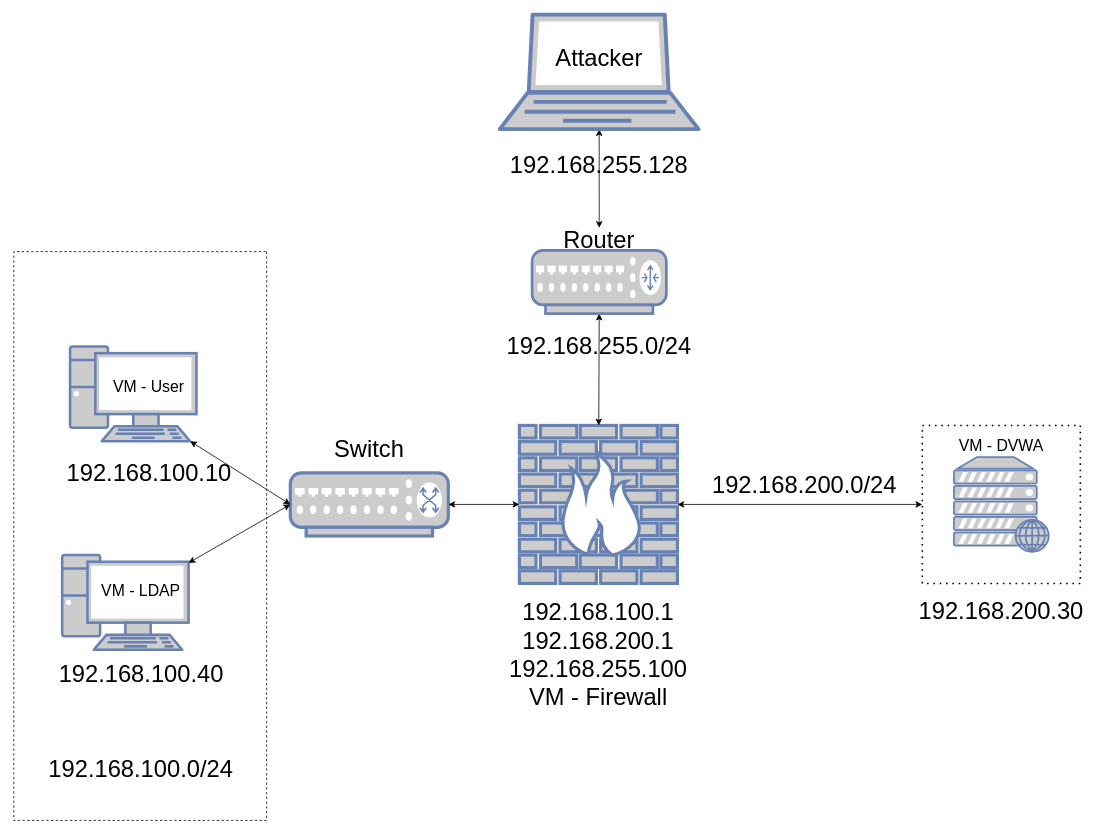
Earlier version of the draw.io diagram page "Tổng Quan" (3 of 4) of ATMNC.drawio (PHU0363569836/Doan-ATMNC). Source tidied: cells renumbered, new cells numbered last; positions are measured from the earlier drawing's top-left corner, leaving out a move shared by most shapes. Both pictures are drawn from the tidied source at 79%, with x=0, y=0 at pixel (13, 14).
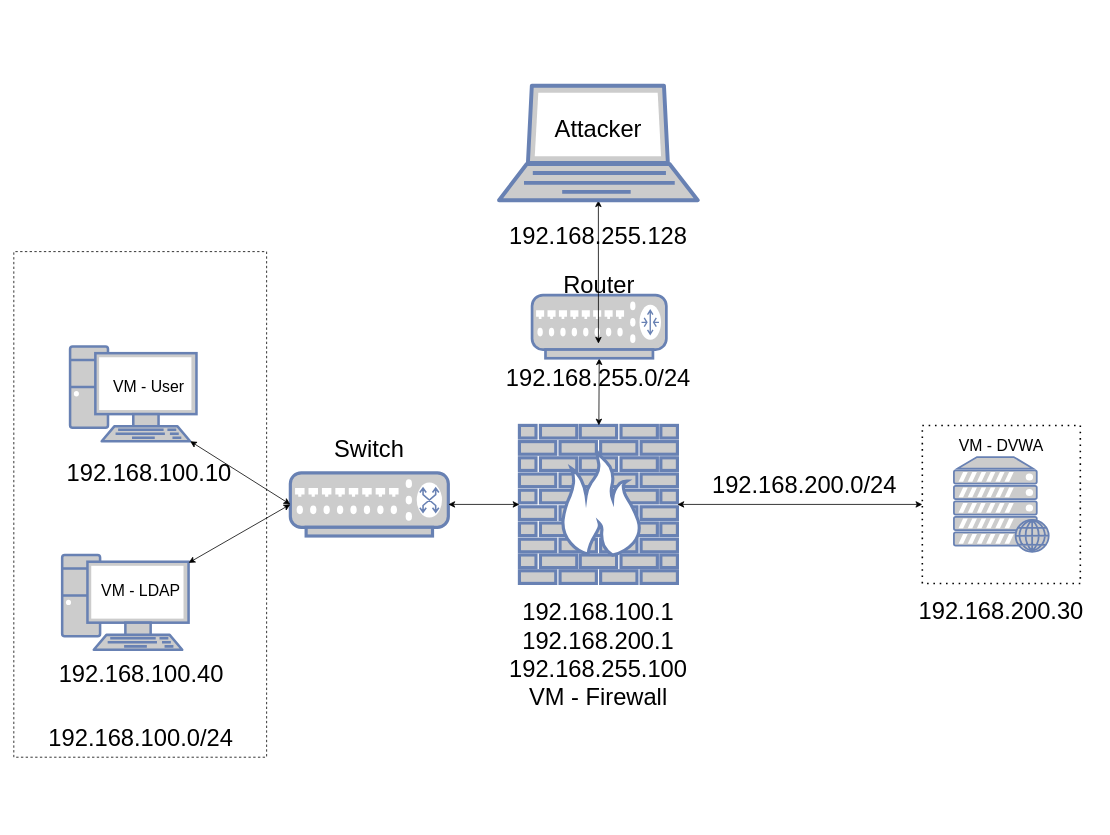
Above is the later version.

The edit, as a diff of the source:
```diff
@@
     <mxCell id="11" value="&lt;font style=&quot;font-size: 30px;&quot;&gt;192.168.100.0/24&lt;/font&gt;" style="text;html=1;align=center;verticalAlign=middle;whiteSpace=wrap;rounded=0;fontSize=20;" parent="1" vertex="1">
-      <mxGeometry x="36.2" y="940" width="250" height="30" as="geometry" />
+      <mxGeometry x="36.2" y="900" width="250" height="30" as="geometry" />
     </mxCell>
@@
     <mxCell id="16" style="fontColor=#0066CC;verticalAlign=top;verticalLabelPosition=bottom;labelPosition=center;align=center;html=1;outlineConnect=0;fillColor=#CCCCCC;strokeColor=#6881B3;gradientColor=none;gradientDirection=north;strokeWidth=2;shape=mxgraph.networks.router;" parent="1" vertex="1">
-      <mxGeometry x="656" y="298.5" width="170" height="80" as="geometry" />
+      <mxGeometry x="656" y="355" width="170" height="80" as="geometry" />
     </mxCell>
-    <mxCell id="17" style="endArrow=classic;startArrow=classic;html=1;rounded=0;exitX=0.5;exitY=0;exitDx=0;exitDy=0;exitPerimeter=0;entryX=0.5;entryY=1;entryDx=0;entryDy=0;entryPerimeter=0;" parent="1" edge="1" source="20" target="24">
-      <mxGeometry relative="1" as="geometry" />
+    <mxCell id="17" style="endArrow=classic;startArrow=classic;html=1;rounded=0;exitX=0.5;exitY=0;exitDx=0;exitDy=0;exitPerimeter=0;entryX=0.5;entryY=1;entryDx=0;entryDy=0;entryPerimeter=0;" parent="1" edge="1" target="24">
+      <mxGeometry relative="1" as="geometry">
+        <mxPoint x="740" y="416.5" as="sourcePoint" />
+      </mxGeometry>
     </mxCell>
@@
     <mxCell id="20" value="&lt;font style=&quot;font-size: 30px;&quot;&gt;Router&lt;/font&gt;" style="text;html=1;align=center;verticalAlign=middle;whiteSpace=wrap;rounded=0;" parent="1" vertex="1">
-      <mxGeometry x="711" y="270" width="60" height="30" as="geometry" />
+      <mxGeometry x="711" y="326.5" width="60" height="30" as="geometry" />
     </mxCell>
     <mxCell id="21" value="&lt;font style=&quot;font-size: 30px;&quot;&gt;192.168.255.0/24&lt;/font&gt;" style="text;html=1;align=center;verticalAlign=middle;whiteSpace=wrap;rounded=0;" parent="1" vertex="1">
-      <mxGeometry x="601" y="378.5" width="280" height="80" as="geometry" />
+      <mxGeometry x="600" y="420" width="280" height="80" as="geometry" />
     </mxCell>
@@
     <mxCell id="24" style="fontColor=#0066CC;verticalAlign=top;verticalLabelPosition=bottom;labelPosition=center;align=center;html=1;outlineConnect=0;fillColor=#CCCCCC;strokeColor=#6881B3;gradientColor=none;gradientDirection=north;strokeWidth=2;shape=mxgraph.networks.laptop;direction=east;" parent="1" vertex="1">
-      <mxGeometry x="615.2" width="251.5" height="145" as="geometry" />
+      <mxGeometry x="614.2" y="90" width="251.5" height="145" as="geometry" />
     </mxCell>
     <mxCell id="25" value="&lt;font style=&quot;font-size: 30px;&quot;&gt;Attacker&lt;/font&gt;" style="text;html=1;align=center;verticalAlign=middle;whiteSpace=wrap;rounded=0;" parent="1" vertex="1">
-      <mxGeometry x="711" y="40" width="60" height="30" as="geometry" />
+      <mxGeometry x="710" y="130" width="60" height="30" as="geometry" />
     </mxCell>
     <mxCell id="26" value="&lt;font style=&quot;font-size: 30px;&quot;&gt;192.168.255.128&lt;/font&gt;" style="text;html=1;align=center;verticalAlign=middle;whiteSpace=wrap;rounded=0;" parent="1" vertex="1">
-      <mxGeometry x="601" y="150" width="280" height="80" as="geometry" />
+      <mxGeometry x="600" y="240" width="280" height="80" as="geometry" />
     </mxCell>
@@
     <mxCell id="29" style="endArrow=none;dashed=1;html=1;rounded=0;" parent="1" edge="1">
       <mxGeometry relative="1" as="geometry">
         <mxPoint x="320" y="300" as="sourcePoint" />
         <mxPoint x="320" y="300" as="targetPoint" />
         <Array as="points">
-          <mxPoint x="320" y="1020" />
-          <mxPoint y="1020" />
+          <mxPoint x="320" y="940" />
+          <mxPoint y="940" />
           <mxPoint y="300" />
         </Array>
       </mxGeometry>
     </mxCell>
```
